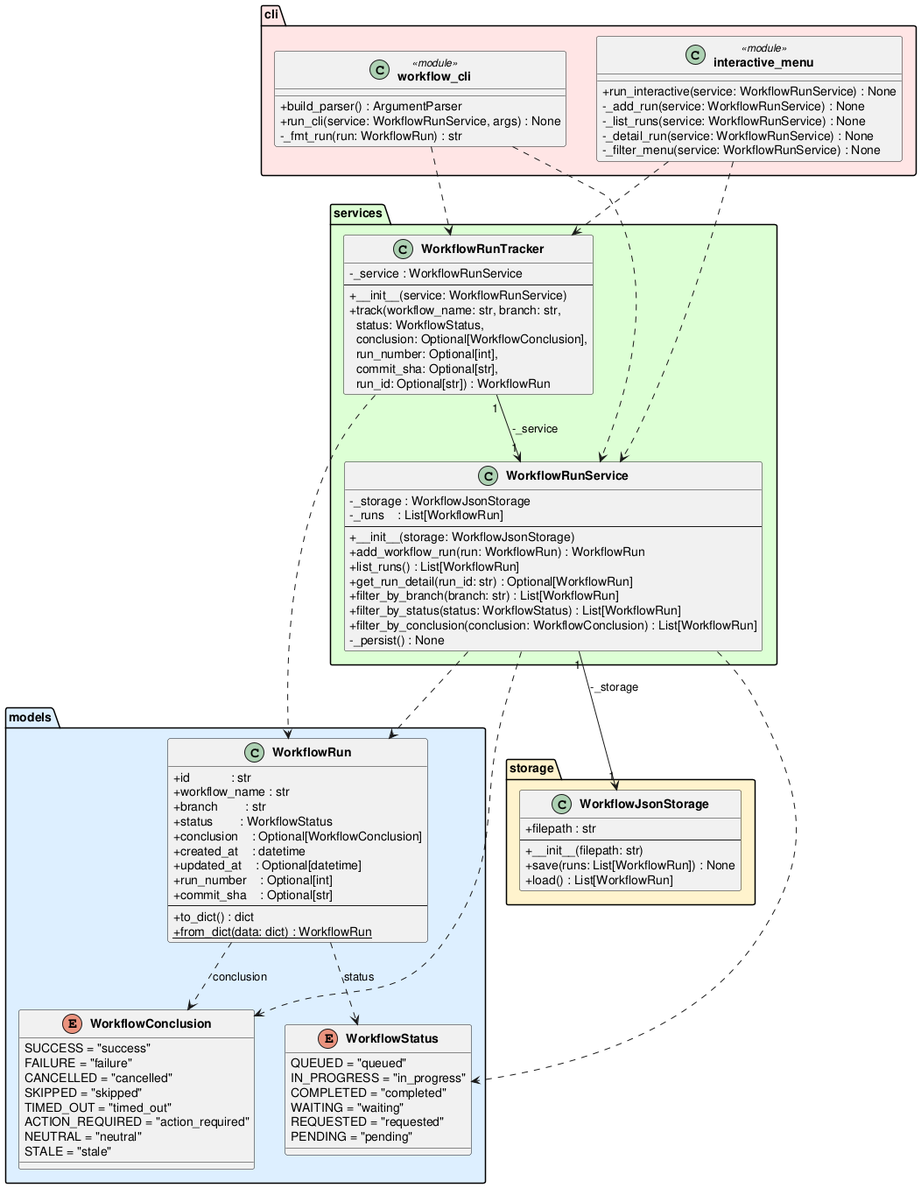
The PlantUML diagram experiments/pipeline/test_driven/github-workflow-manager/artifacts/class_diagram.png in DanielRiha8906/Software_autoevolution_using_agents, before a commit.
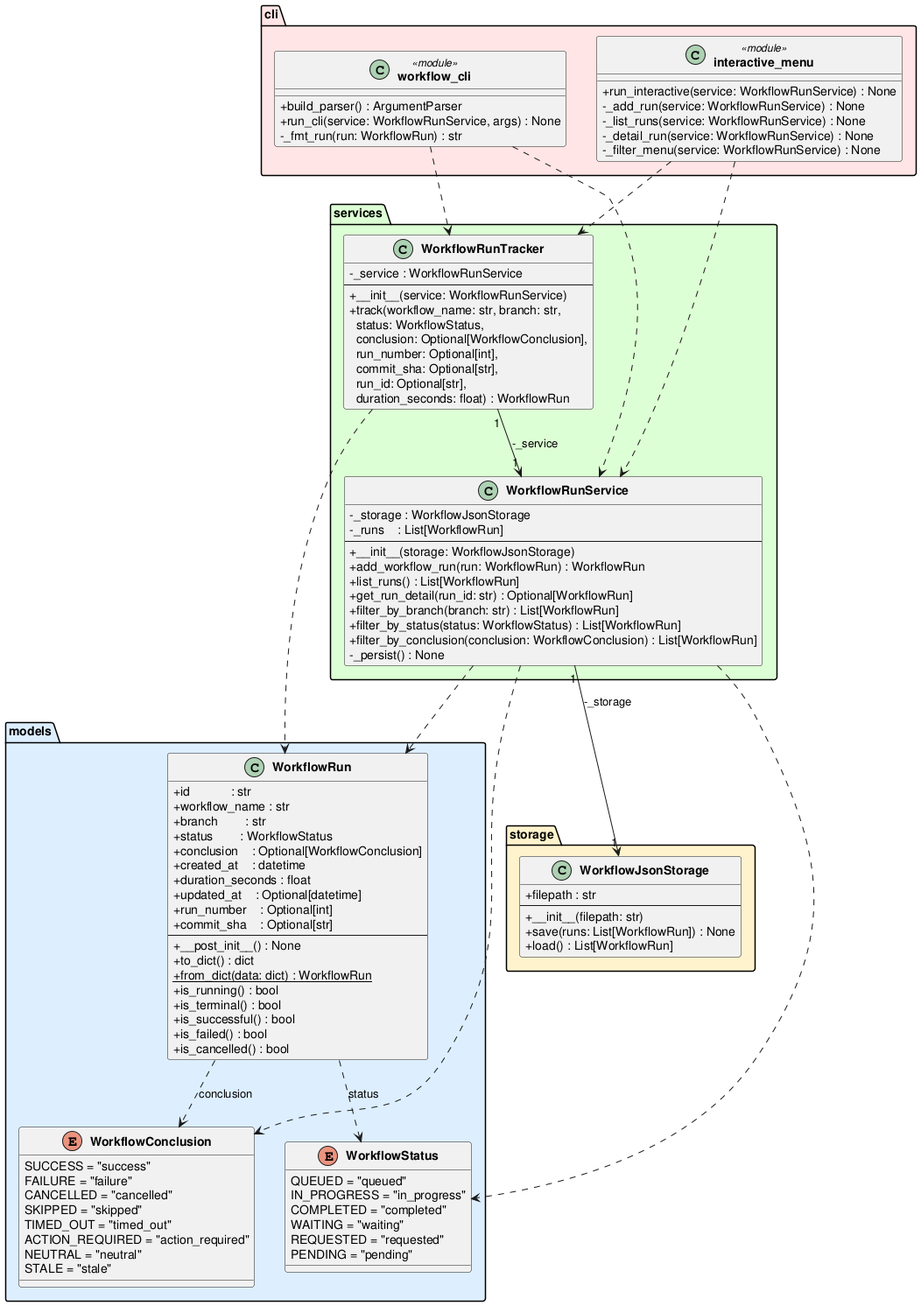
The same diagram one commit later.

What changed in the source:
```diff
@@ -31,12 +31,19 @@
         +status        : WorkflowStatus
         +conclusion    : Optional[WorkflowConclusion]
         +created_at    : datetime
+        +duration_seconds : float
         +updated_at    : Optional[datetime]
         +run_number    : Optional[int]
         +commit_sha    : Optional[str]
         --
+        +__post_init__() : None
         +to_dict() : dict
         +{static} from_dict(data: dict) : WorkflowRun
+        +is_running() : bool
+        +is_terminal() : bool
+        +is_successful() : bool
+        +is_failed() : bool
+        +is_cancelled() : bool
     }
 }
 
@@ -69,7 +76,7 @@
         -_service : WorkflowRunService
         --
         +__init__(service: WorkflowRunService)
-        +track(workflow_name: str, branch: str,\n  status: WorkflowStatus,\n  conclusion: Optional[WorkflowConclusion],\n  run_number: Optional[int],\n  commit_sha: Optional[str],\n  run_id: Optional[str]) : WorkflowRun
+        +track(workflow_name: str, branch: str,\n  status: WorkflowStatus,\n  conclusion: Optional[WorkflowConclusion],\n  run_number: Optional[int],\n  commit_sha: Optional[str],\n  run_id: Optional[str],\n  duration_seconds: float) : WorkflowRun
     }
 }
 
```
